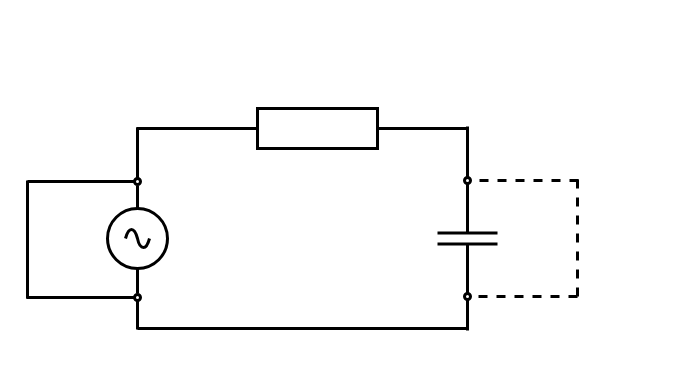
Above: Untitled Diagram.drawio in charokoukuu/OnsenUI-dist (draw.io), before the change. Source tidied: cells renumbered, new cells numbered last; positions are measured from the earlier drawing's top-left corner, leaving out a move shared by most shapes. Both pictures are drawn from the tidied source at 100%, with x=0, y=0 at pixel (26, 108).
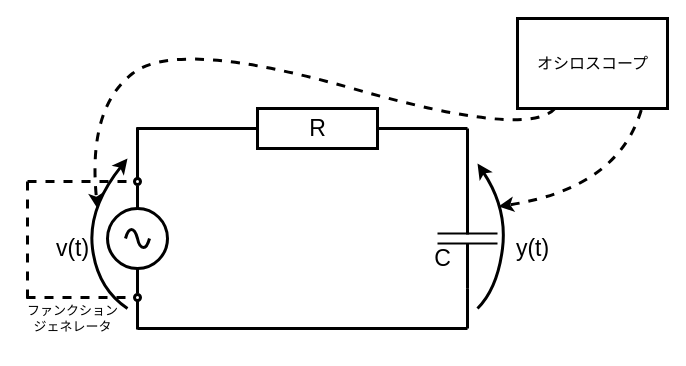
Above is the later version.

The change refers to these unchanged cells:
```xml
<mxCell id="9" style="rounded=0;whiteSpace=wrap;html=1;strokeWidth=3;" parent="1" vertex="1">
  <mxGeometry x="231" width="120" height="40" as="geometry" />
</mxCell>
```

The edit, as a diff of the source:
```diff
@@
-    <mxCell id="8" style="edgeStyle=none;rounded=0;orthogonalLoop=1;jettySize=auto;html=1;exitX=1;exitY=0.5;exitDx=0;exitDy=0;endArrow=none;endFill=0;strokeWidth=3;" parent="1" edge="1">
+    <mxCell id="8" style="edgeStyle=none;rounded=0;jettySize=auto;html=1;exitX=1;exitY=0.5;exitDx=0;exitDy=0;endArrow=none;endFill=0;strokeWidth=3;" parent="1" edge="1" source="9">
       <mxGeometry relative="1" as="geometry">
-        <mxPoint x="342" y="20" as="sourcePoint" />
-        <mxPoint x="442" y="20" as="targetPoint" />
+        <mxPoint x="441" y="20" as="targetPoint" />
       </mxGeometry>
     </mxCell>
@@
-    <mxCell id="10" style="edgeStyle=none;rounded=0;orthogonalLoop=1;jettySize=auto;html=1;endArrow=none;endFill=0;strokeWidth=3;" parent="1" edge="1">
+    <mxCell id="10" style="edgeStyle=none;rounded=0;jettySize=auto;html=1;exitX=0.46;exitY=0.5;exitDx=0;exitDy=0;exitPerimeter=0;endArrow=none;endFill=0;strokeWidth=3;" parent="1" edge="1" source="12">
       <mxGeometry relative="1" as="geometry">
-        <mxPoint x="441" y="69" as="sourcePoint" />
-        <mxPoint x="441" y="18" as="targetPoint" />
+        <mxPoint x="441" y="20" as="targetPoint" />
       </mxGeometry>
     </mxCell>
-    <mxCell id="11" style="edgeStyle=none;rounded=0;orthogonalLoop=1;jettySize=auto;html=1;endArrow=none;endFill=0;strokeWidth=3;" parent="1" edge="1">
+    <mxCell id="11" style="edgeStyle=none;rounded=0;jettySize=auto;html=1;exitX=1;exitY=0.5;exitDx=0;exitDy=0;exitPerimeter=0;endArrow=none;endFill=0;strokeWidth=3;" parent="1" edge="1" source="12">
       <mxGeometry relative="1" as="geometry">
-        <mxPoint x="441" y="191" as="sourcePoint" />
-        <mxPoint x="441" y="222" as="targetPoint" />
+        <mxPoint x="441" y="220" as="targetPoint" />
       </mxGeometry>
     </mxCell>
-    <mxCell id="12" style="verticalLabelPosition=bottom;shadow=0;dashed=0;align=center;html=1;verticalAlign=top;shape=mxgraph.electrical.capacitors.capacitor_1;rotation=90;strokeWidth=3;" parent="1" vertex="1">
-      <mxGeometry x="386" y="100" width="110" height="60" as="geometry" />
+    <mxCell id="12" style="verticalLabelPosition=bottom;shadow=0;dashed=0;align=center;html=1;verticalAlign=top;shape=mxgraph.electrical.capacitors.capacitor_1;rotation=90;strokeWidth=2;" parent="1" vertex="1">
+      <mxGeometry x="391" y="100" width="100" height="60" as="geometry" />
     </mxCell>
@@
-    <mxCell id="15" style="endArrow=oval;html=1;strokeWidth=3;targetPerimeterSpacing=0;edgeStyle=orthogonalEdgeStyle;endFill=0;" parent="1" edge="1">
+    <mxCell id="15" style="endArrow=oval;html=1;strokeWidth=3;targetPerimeterSpacing=0;edgeStyle=orthogonalEdgeStyle;endFill=0;dashed=1;" parent="1" edge="1">
       <mxGeometry relative="1" as="geometry">
         <mxPoint x="1" y="73" as="sourcePoint" />
         <mxPoint x="111" y="73" as="targetPoint" />
       </mxGeometry>
     </mxCell>
-    <mxCell id="16" style="endArrow=none;html=1;targetPerimeterSpacing=0;strokeWidth=3;" parent="1" edge="1">
+    <mxCell id="16" style="endArrow=none;html=1;targetPerimeterSpacing=0;strokeWidth=3;dashed=1;" parent="1" edge="1">
       <mxGeometry relative="1" as="geometry">
         <mxPoint x="1" y="190" as="sourcePoint" />
         <mxPoint x="1" y="72" as="targetPoint" />
       </mxGeometry>
     </mxCell>
-    <mxCell id="17" style="endArrow=oval;html=1;targetPerimeterSpacing=0;strokeWidth=3;endFill=0;" parent="1" edge="1">
+    <mxCell id="17" style="endArrow=oval;html=1;targetPerimeterSpacing=0;strokeWidth=3;endFill=0;dashed=1;" parent="1" edge="1">
       <mxGeometry relative="1" as="geometry">
         <mxPoint y="189" as="sourcePoint" />
         <mxPoint x="111" y="189" as="targetPoint" />
       </mxGeometry>
     </mxCell>
-    <mxCell id="18" style="endArrow=oval;html=1;strokeWidth=3;edgeStyle=orthogonalEdgeStyle;endFill=0;targetPerimeterSpacing=0;dashed=1;" parent="1" edge="1">
-      <mxGeometry x="560" y="151" as="geometry">
-        <mxPoint x="551" y="188" as="sourcePoint" />
-        <mxPoint x="441" y="188" as="targetPoint" />
-      </mxGeometry>
-    </mxCell>
-    <mxCell id="19" style="endArrow=none;html=1;strokeWidth=3;targetPerimeterSpacing=0;dashed=1;" parent="1" edge="1">
-      <mxGeometry x="560" y="151" as="geometry">
-        <mxPoint x="551" y="71" as="sourcePoint" />
-        <mxPoint x="551" y="189" as="targetPoint" />
-      </mxGeometry>
-    </mxCell>
-    <mxCell id="20" style="endArrow=oval;html=1;strokeWidth=3;endFill=0;targetPerimeterSpacing=0;dashed=1;" parent="1" edge="1">
-      <mxGeometry x="560" y="151" as="geometry">
-        <mxPoint x="552" y="72" as="sourcePoint" />
-        <mxPoint x="441" y="72" as="targetPoint" />
-      </mxGeometry>
-    </mxCell>
+    <mxCell id="21" style="curved=1;endArrow=classic;html=1;targetPerimeterSpacing=0;strokeWidth=3;" parent="1" edge="1">
+      <mxGeometry relative="1" as="geometry">
+        <mxPoint x="101" y="200" as="sourcePoint" />
+        <mxPoint x="101" y="50" as="targetPoint" />
+        <Array as="points">
+          <mxPoint x="71" y="180" />
+          <mxPoint x="61" y="100" />
+        </Array>
+      </mxGeometry>
+    </mxCell>
+    <mxCell id="22" style="curved=1;endArrow=classic;html=1;strokeWidth=3;targetPerimeterSpacing=0;" parent="1" edge="1">
+      <mxGeometry relative="1" as="geometry">
+        <mxPoint x="451" y="200" as="sourcePoint" />
+        <mxPoint x="451" y="55" as="targetPoint" />
+        <Array as="points">
+          <mxPoint x="471" y="180" />
+          <mxPoint x="481" y="100" />
+        </Array>
+      </mxGeometry>
+    </mxCell>
+    <mxCell id="23" value="&lt;font style=&quot;font-size: 23px&quot;&gt;R&lt;/font&gt;" style="text;html=1;align=center;verticalAlign=middle;fillColor=none;strokeColor=none;rounded=0;dashed=1;" parent="1" vertex="1">
+      <mxGeometry x="276" y="10" width="30" height="20" as="geometry" />
+    </mxCell>
+    <mxCell id="24" value="&lt;font style=&quot;font-size: 23px&quot;&gt;C&lt;/font&gt;" style="text;html=1;align=center;verticalAlign=middle;fillColor=none;strokeColor=none;rounded=0;dashed=1;" parent="1" vertex="1">
+      <mxGeometry x="401" y="140" width="30" height="20" as="geometry" />
+    </mxCell>
+    <mxCell id="25" value="&lt;span style=&quot;font-family: &amp;#34;hiragino kaku gothic pron&amp;#34; , &amp;#34;ヒラギノ角ゴ pron w3&amp;#34; , &amp;#34;meiryo&amp;#34; , , &amp;#34;osaka&amp;#34; , &amp;#34;ms pgothic&amp;#34; , &amp;#34;arial&amp;#34; , &amp;#34;helvetica&amp;#34; , sans-serif ; font-size: medium ; background-color: rgba(204 , 204 , 204 , 0.3)&quot;&gt;&lt;br&gt;&lt;/span&gt;" style="text;whiteSpace=wrap;html=1;" parent="1" vertex="1">
+      <mxGeometry x="71" y="210" width="40" height="30" as="geometry" />
+    </mxCell>
+    <mxCell id="26" value="&lt;font style=&quot;font-size: 13px&quot;&gt;ファンクション&lt;br&gt;ジェネレータ&lt;/font&gt;" style="text;html=1;align=center;verticalAlign=middle;fillColor=none;strokeColor=none;rounded=0;dashed=1;" parent="1" vertex="1">
+      <mxGeometry x="-9" y="195" width="110" height="30" as="geometry" />
+    </mxCell>
+    <mxCell id="27" style="curved=1;endArrow=classic;html=1;dashed=1;targetPerimeterSpacing=0;strokeWidth=3;exitX=0.25;exitY=1;exitDx=0;exitDy=0;" parent="1" edge="1" source="29">
+      <mxGeometry relative="1" as="geometry">
+        <mxPoint x="71" y="100" as="targetPoint" />
+        <Array as="points">
+          <mxPoint x="501" y="30" />
+          <mxPoint x="151" y="-70" />
+          <mxPoint x="61" />
+        </Array>
+      </mxGeometry>
+    </mxCell>
+    <mxCell id="28" style="curved=1;endArrow=classic;html=1;dashed=1;strokeWidth=3;sourcePerimeterSpacing=0;exitX=0.825;exitY=1.017;exitDx=0;exitDy=0;exitPerimeter=0;entryX=0.18;entryY=-0.017;entryDx=0;entryDy=0;entryPerimeter=0;" parent="1" edge="1" source="29" target="12">
+      <mxGeometry relative="1" as="geometry">
+        <Array as="points">
+          <mxPoint x="591" y="80" />
+        </Array>
+      </mxGeometry>
+    </mxCell>
+    <mxCell id="29" style="rounded=0;whiteSpace=wrap;html=1;strokeWidth=3;" parent="1" vertex="1">
+      <mxGeometry x="491" y="-90" width="150" height="90" as="geometry" />
+    </mxCell>
+    <mxCell id="30" value="&lt;font style=&quot;font-size: 16px&quot;&gt;オシロスコープ&lt;/font&gt;" style="text;html=1;align=center;verticalAlign=middle;fillColor=none;strokeColor=none;rounded=0;" parent="1" vertex="1">
+      <mxGeometry x="501" y="-55" width="130" height="20" as="geometry" />
+    </mxCell>
+    <mxCell id="31" value="&lt;span style=&quot;font-size: 23px&quot;&gt;v(t)&lt;/span&gt;" style="text;html=1;align=center;verticalAlign=middle;fillColor=none;strokeColor=none;rounded=0;dashed=1;" parent="1" vertex="1">
+      <mxGeometry x="21" y="130" width="50" height="20" as="geometry" />
+    </mxCell>
+    <mxCell id="32" value="&lt;span style=&quot;font-size: 23px&quot;&gt;y(t)&lt;/span&gt;" style="text;html=1;align=center;verticalAlign=middle;fillColor=none;strokeColor=none;rounded=0;dashed=1;" parent="1" vertex="1">
+      <mxGeometry x="481" y="130" width="50" height="20" as="geometry" />
+    </mxCell>
```
